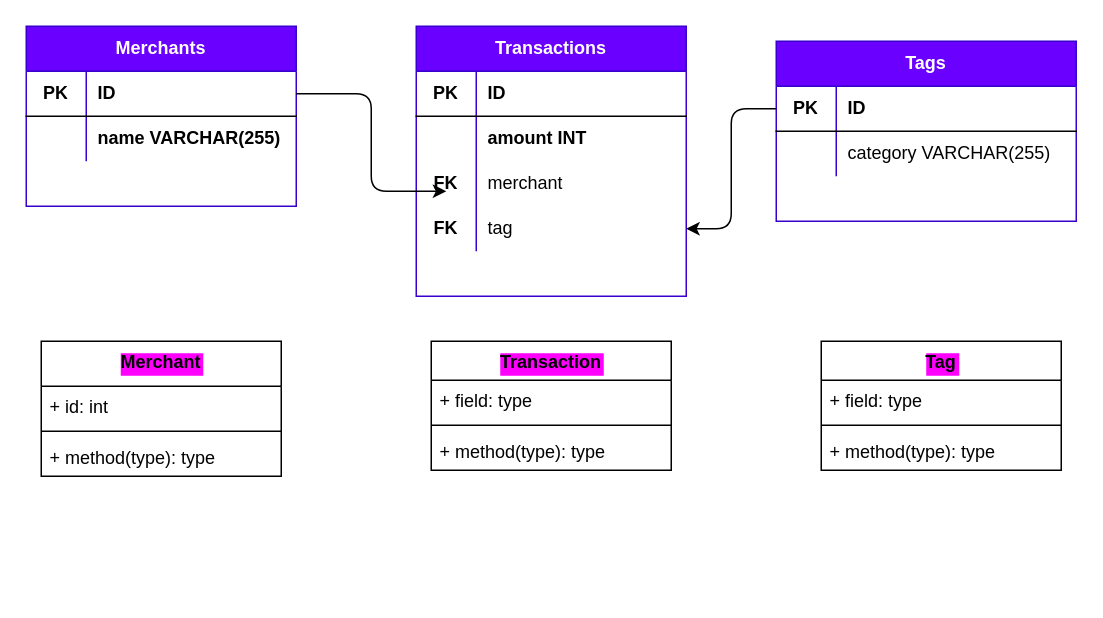
Earlier version of the draw.io diagram planning/planning.drawio (Astra-Gal/budgie_budget_python). Source tidied: cells renumbered, new cells numbered last; positions are measured from the earlier drawing's top-left corner, leaving out a move shared by most shapes. Both pictures are drawn from the tidied source at 150%, with x=0, y=0 at pixel (26, 26).
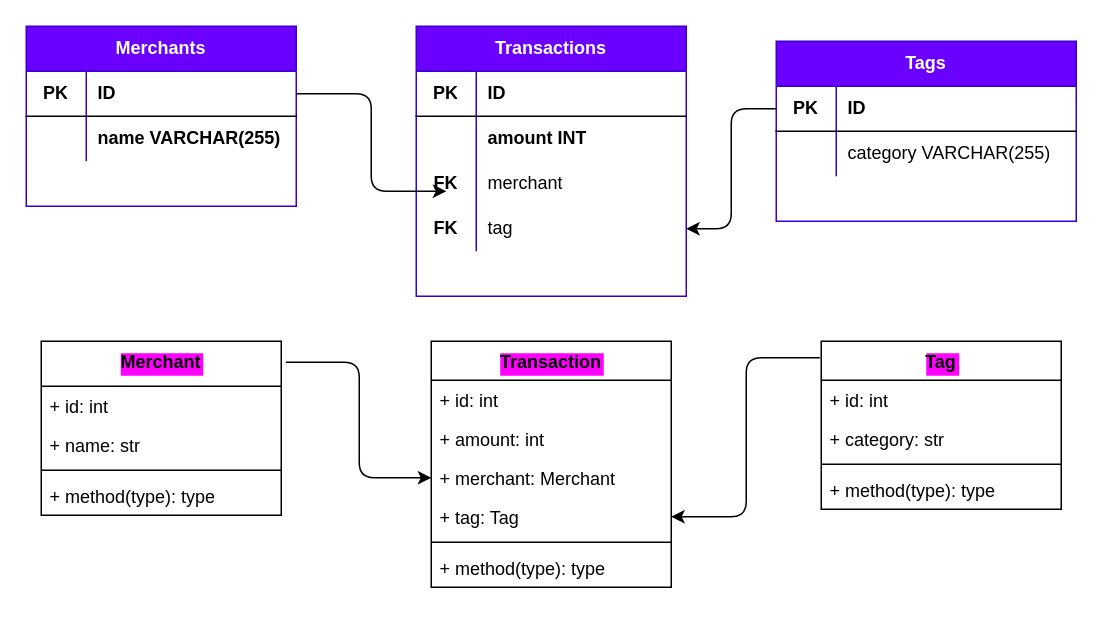
The same diagram, later.

Commit message:
diagrams for models and tables

The edit, as a diff of the source:
```diff
@@
     <mxCell id="31" value="Merchant" style="swimlane;fontStyle=1;align=center;verticalAlign=top;horizontal=1;startSize=30;labelBackgroundColor=#FF00FF;" parent="1" vertex="1">
-      <mxGeometry x="10" y="210" width="160" height="90" as="geometry" />
+      <mxGeometry x="10" y="210" width="160" height="116" as="geometry" />
     </mxCell>
@@
+    <mxCell id="43" value="+ name: str" style="text;strokeColor=none;fillColor=none;align=left;verticalAlign=top;spacingLeft=4;spacingRight=4;overflow=hidden;" parent="31" vertex="1">
+      <mxGeometry y="56" width="160" height="26" as="geometry" />
+    </mxCell>
     <mxCell id="33" style="line;strokeWidth=1;fillColor=none;align=left;verticalAlign=middle;spacingTop=-1;spacingLeft=3;spacingRight=3;labelPosition=right;" parent="31" vertex="1">
-      <mxGeometry y="56" width="160" height="8" as="geometry" />
+      <mxGeometry y="82" width="160" height="8" as="geometry" />
     </mxCell>
     <mxCell id="34" value="+ method(type): type" style="text;strokeColor=none;fillColor=none;align=left;verticalAlign=top;spacingLeft=4;spacingRight=4;overflow=hidden;" parent="31" vertex="1">
-      <mxGeometry y="64" width="160" height="26" as="geometry" />
+      <mxGeometry y="90" width="160" height="26" as="geometry" />
     </mxCell>
     <mxCell id="35" value="Transaction" style="swimlane;fontStyle=1;align=center;verticalAlign=top;horizontal=1;startSize=26;labelBackgroundColor=#FF00FF;" parent="1" vertex="1">
-      <mxGeometry x="270" y="210" width="160" height="86" as="geometry" />
+      <mxGeometry x="270" y="210" width="160" height="164" as="geometry" />
     </mxCell>
-    <mxCell id="36" value="+ field: type" style="text;strokeColor=none;fillColor=none;align=left;verticalAlign=top;spacingLeft=4;spacingRight=4;overflow=hidden;" parent="35" vertex="1">
+    <mxCell id="36" value="+ id: int" style="text;strokeColor=none;fillColor=none;align=left;verticalAlign=top;spacingLeft=4;spacingRight=4;overflow=hidden;" parent="35" vertex="1">
       <mxGeometry y="26" width="160" height="26" as="geometry" />
     </mxCell>
+    <mxCell id="44" value="+ amount: int" style="text;strokeColor=none;fillColor=none;align=left;verticalAlign=top;spacingLeft=4;spacingRight=4;overflow=hidden;" parent="35" vertex="1">
+      <mxGeometry y="52" width="160" height="26" as="geometry" />
+    </mxCell>
+    <mxCell id="45" value="+ merchant: Merchant " style="text;strokeColor=none;fillColor=none;align=left;verticalAlign=top;spacingLeft=4;spacingRight=4;overflow=hidden;points=[[0,0.5],[1,0.5]];portConstraint=eastwest;" parent="35" vertex="1">
+      <mxGeometry y="78" width="160" height="26" as="geometry" />
+    </mxCell>
+    <mxCell id="46" value="+ tag: Tag " style="text;strokeColor=none;fillColor=none;align=left;verticalAlign=top;spacingLeft=4;spacingRight=4;overflow=hidden;points=[[0,0.5],[1,0.5]];portConstraint=eastwest;" parent="35" vertex="1">
+      <mxGeometry y="104" width="160" height="26" as="geometry" />
+    </mxCell>
     <mxCell id="37" style="line;strokeWidth=1;fillColor=none;align=left;verticalAlign=middle;spacingTop=-1;spacingLeft=3;spacingRight=3;labelPosition=right;" parent="35" vertex="1">
-      <mxGeometry y="52" width="160" height="8" as="geometry" />
+      <mxGeometry y="130" width="160" height="8" as="geometry" />
     </mxCell>
     <mxCell id="38" value="+ method(type): type" style="text;strokeColor=none;fillColor=none;align=left;verticalAlign=top;spacingLeft=4;spacingRight=4;overflow=hidden;" parent="35" vertex="1">
-      <mxGeometry y="60" width="160" height="26" as="geometry" />
+      <mxGeometry y="138" width="160" height="26" as="geometry" />
     </mxCell>
     <mxCell id="39" value="Tag" style="swimlane;fontStyle=1;align=center;verticalAlign=top;horizontal=1;startSize=26;labelBackgroundColor=#FF00FF;" parent="1" vertex="1">
-      <mxGeometry x="530" y="210" width="160" height="86" as="geometry" />
+      <mxGeometry x="530" y="210" width="160" height="112" as="geometry" />
     </mxCell>
-    <mxCell id="40" value="+ field: type" style="text;strokeColor=none;fillColor=none;align=left;verticalAlign=top;spacingLeft=4;spacingRight=4;overflow=hidden;" parent="39" vertex="1">
+    <mxCell id="40" value="+ id: int" style="text;strokeColor=none;fillColor=none;align=left;verticalAlign=top;spacingLeft=4;spacingRight=4;overflow=hidden;" parent="39" vertex="1">
       <mxGeometry y="26" width="160" height="26" as="geometry" />
     </mxCell>
+    <mxCell id="47" value="+ category: str" style="text;strokeColor=none;fillColor=none;align=left;verticalAlign=top;spacingLeft=4;spacingRight=4;overflow=hidden;" parent="39" vertex="1">
+      <mxGeometry y="52" width="160" height="26" as="geometry" />
+    </mxCell>
     <mxCell id="41" style="line;strokeWidth=1;fillColor=none;align=left;verticalAlign=middle;spacingTop=-1;spacingLeft=3;spacingRight=3;labelPosition=right;" parent="39" vertex="1">
-      <mxGeometry y="52" width="160" height="8" as="geometry" />
+      <mxGeometry y="78" width="160" height="8" as="geometry" />
     </mxCell>
     <mxCell id="42" value="+ method(type): type" style="text;strokeColor=none;fillColor=none;align=left;verticalAlign=top;spacingLeft=4;spacingRight=4;overflow=hidden;" parent="39" vertex="1">
-      <mxGeometry y="60" width="160" height="26" as="geometry" />
+      <mxGeometry y="86" width="160" height="26" as="geometry" />
     </mxCell>
+    <mxCell id="48" style="edgeStyle=elbowEdgeStyle;elbow=horizontal;endArrow=classic;html=1;exitX=-0.006;exitY=0.098;exitDx=0;exitDy=0;exitPerimeter=0;entryX=1;entryY=0.5;entryDx=0;entryDy=0;" parent="1" edge="1" source="39" target="46">
+      <mxGeometry relative="1" as="geometry" />
+    </mxCell>
+    <mxCell id="49" style="edgeStyle=elbowEdgeStyle;elbow=horizontal;endArrow=classic;html=1;exitX=1.019;exitY=0.121;exitDx=0;exitDy=0;exitPerimeter=0;" parent="1" edge="1" source="31" target="45">
+      <mxGeometry relative="1" as="geometry" />
+    </mxCell>
```
